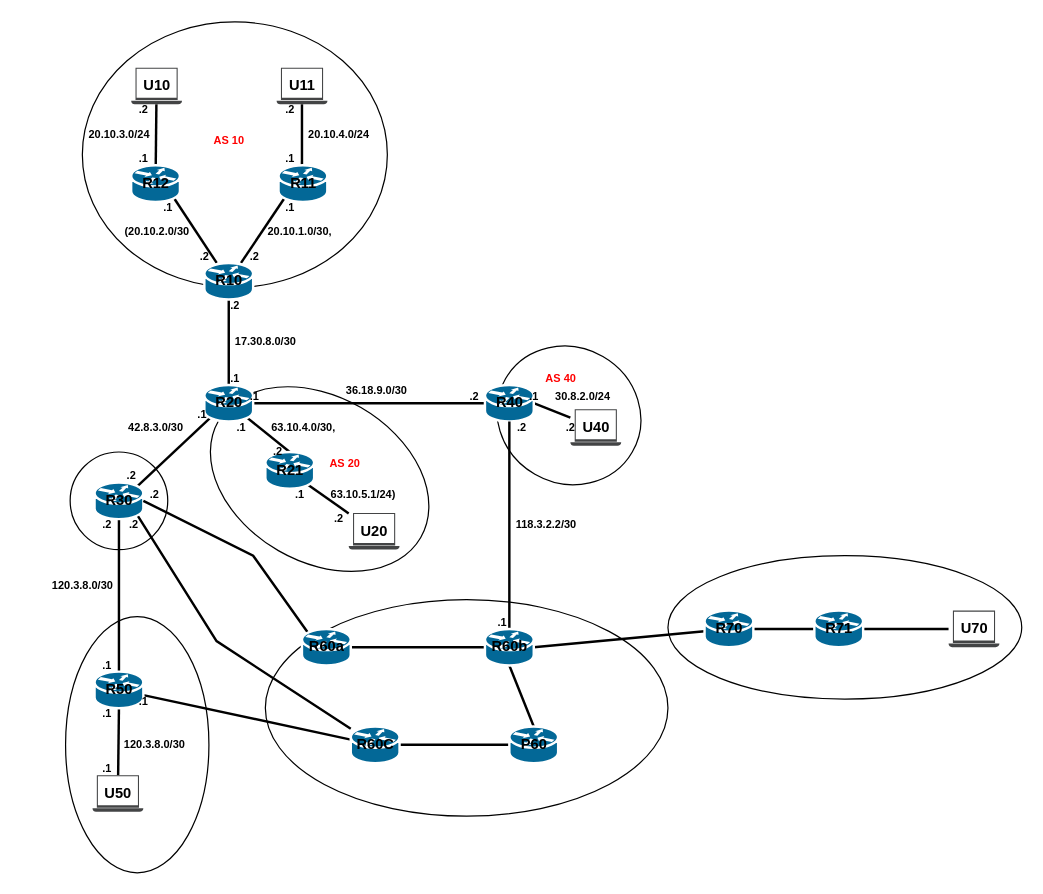
SkYF4Il/SkYF4Il keeps this draw.io diagram as NE_P1.drawio. Above is the earlier version. Source tidied: cells renumbered, new cells numbered last; positions are measured from the earlier drawing's top-left corner, leaving out a move shared by most shapes. Both pictures are drawn from the tidied source at 122%, with x=0, y=0 at pixel (9, 21).
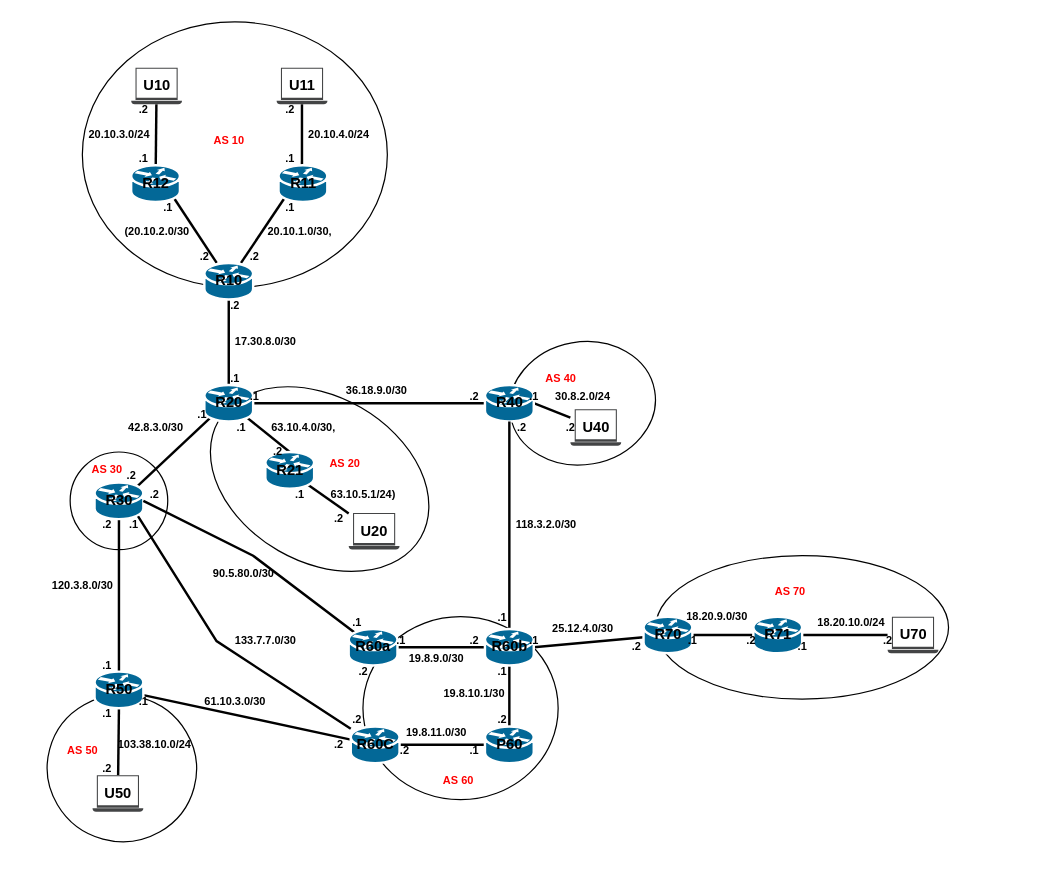
The same diagram, later.

Change to the diagram source:
```diff
@@
-    <mxCell id="2" style="ellipse;whiteSpace=wrap;html=1;labelBackgroundColor=none;fillColor=none;rotation=90;" parent="1" vertex="1">
-      <mxGeometry y="534.2" width="210" height="117.5" as="geometry" />
+    <mxCell id="2" style="ellipse;whiteSpace=wrap;html=1;labelBackgroundColor=none;fillColor=none;rotation=105;" parent="1" vertex="1">
+      <mxGeometry x="32.4" y="551.1" width="120" height="122.5" as="geometry" />
     </mxCell>
     <mxCell id="3" style="ellipse;whiteSpace=wrap;html=1;labelBackgroundColor=none;fillColor=none;rotation=0;" parent="1" vertex="1">
-      <mxGeometry x="210" y="474" width="330" height="177.5" as="geometry" />
+      <mxGeometry x="290" y="488" width="160" height="150" as="geometry" />
     </mxCell>
-    <mxCell id="4" style="ellipse;whiteSpace=wrap;html=1;labelBackgroundColor=none;fillColor=none;rotation=30;" parent="1" vertex="1">
-      <mxGeometry x="398.8" y="267.3" width="120" height="111.4" as="geometry" />
+    <mxCell id="4" style="ellipse;whiteSpace=wrap;html=1;labelBackgroundColor=none;fillColor=none;rotation=-10;" parent="1" vertex="1">
+      <mxGeometry x="410" y="262.7" width="120" height="100.7" as="geometry" />
     </mxCell>
     <mxCell id="5" style="ellipse;whiteSpace=wrap;html=1;labelBackgroundColor=none;fillColor=none;rotation=0;" parent="1" vertex="1">
-      <mxGeometry x="540" y="438" width="290" height="117.5" as="geometry" />
+      <mxGeometry x="530" y="438" width="240" height="117.5" as="geometry" />
     </mxCell>
@@
     <mxCell id="33" value="&lt;b&gt;R60a&lt;/b&gt;" style="shape=mxgraph.cisco.routers.router;sketch=0;html=1;dashed=0;fillColor=#036897;strokeColor=#ffffff;strokeWidth=2;verticalLabelPosition=middle;verticalAlign=middle;align=center;outlineConnect=0;labelPosition=center;labelBackgroundColor=none;" parent="1" vertex="1">
-      <mxGeometry x="240" y="498" width="40" height="30" as="geometry" />
+      <mxGeometry x="278.3" y="498" width="40" height="30" as="geometry" />
     </mxCell>
@@
     <mxCell id="38" value="&lt;b&gt;R70&lt;/b&gt;" style="shape=mxgraph.cisco.routers.router;sketch=0;html=1;dashed=0;fillColor=#036897;strokeColor=#ffffff;strokeWidth=2;verticalLabelPosition=middle;verticalAlign=middle;align=center;outlineConnect=0;labelPosition=center;labelBackgroundColor=none;" parent="1" vertex="1">
-      <mxGeometry x="570" y="483" width="40" height="30" as="geometry" />
+      <mxGeometry x="520" y="488" width="40" height="30" as="geometry" />
     </mxCell>
@@
     <mxCell id="40" value="&lt;b&gt;R71&lt;/b&gt;" style="shape=mxgraph.cisco.routers.router;sketch=0;html=1;dashed=0;fillColor=#036897;strokeColor=#ffffff;strokeWidth=2;verticalLabelPosition=middle;verticalAlign=middle;align=center;outlineConnect=0;labelPosition=center;labelBackgroundColor=none;" parent="1" vertex="1">
-      <mxGeometry x="660" y="483" width="40" height="30" as="geometry" />
+      <mxGeometry x="610" y="488" width="40" height="30" as="geometry" />
     </mxCell>
     <mxCell id="41" value="&lt;b&gt;U70&lt;/b&gt;" style="sketch=0;shadow=0;dashed=0;html=1;strokeColor=none;fillColor=#434445;labelPosition=center;verticalLabelPosition=middle;verticalAlign=middle;align=center;outlineConnect=0;shape=mxgraph.vvd.laptop;" parent="1" vertex="1">
-      <mxGeometry x="770" y="483" width="41.7" height="30" as="geometry" />
+      <mxGeometry x="720" y="488" width="41.7" height="30" as="geometry" />
     </mxCell>
@@
     <mxCell id="50" value="&lt;b&gt;P60&lt;/b&gt;" style="shape=mxgraph.cisco.routers.router;sketch=0;html=1;dashed=0;fillColor=#036897;strokeColor=#ffffff;strokeWidth=2;verticalLabelPosition=middle;verticalAlign=middle;align=center;outlineConnect=0;labelPosition=center;labelBackgroundColor=none;" parent="1" vertex="1">
-      <mxGeometry x="410" y="578" width="40" height="30" as="geometry" />
+      <mxGeometry x="390" y="578" width="40" height="30" as="geometry" />
     </mxCell>
@@
-    <mxCell id="85" value=".2" style="text;strokeColor=none;fillColor=none;html=1;fontSize=9;fontStyle=1;verticalAlign=middle;align=center;" parent="1" vertex="1">
+    <mxCell id="85" value=".1" style="text;strokeColor=none;fillColor=none;html=1;fontSize=9;fontStyle=1;verticalAlign=middle;align=center;" parent="1" vertex="1">
       <mxGeometry x="61.7" y="408" width="80" height="10" as="geometry" />
     </mxCell>
@@
-    <mxCell id="87" value="&lt;font style=&quot;font-size: 9px;&quot;&gt;118.3.2.2/30&lt;/font&gt;" style="text;strokeColor=none;fillColor=none;html=1;fontSize=9;fontStyle=1;verticalAlign=middle;align=center;" parent="1" vertex="1">
+    <mxCell id="87" value="&lt;font style=&quot;font-size: 9px;&quot;&gt;118.3.2.0/30&lt;/font&gt;" style="text;strokeColor=none;fillColor=none;html=1;fontSize=9;fontStyle=1;verticalAlign=middle;align=center;" parent="1" vertex="1">
       <mxGeometry x="400" y="408" width="80" height="10" as="geometry" />
     </mxCell>
@@
     <mxCell id="91" value=".1" style="text;strokeColor=none;fillColor=none;html=1;fontSize=9;fontStyle=1;verticalAlign=middle;align=center;" parent="1" vertex="1">
-      <mxGeometry x="364" y="488" width="80" height="10" as="geometry" />
+      <mxGeometry x="364" y="484" width="80" height="10" as="geometry" />
     </mxCell>
@@
-    <mxCell id="93" value="&lt;font style=&quot;font-size: 9px;&quot;&gt;120.3.8.0/30&lt;/font&gt;" style="text;strokeColor=none;fillColor=none;html=1;fontSize=9;fontStyle=1;verticalAlign=middle;align=center;" parent="1" vertex="1">
+    <mxCell id="93" value="&lt;font style=&quot;font-size: 9px;&quot;&gt;103.38.10.0/24&lt;/font&gt;" style="text;strokeColor=none;fillColor=none;html=1;fontSize=9;fontStyle=1;verticalAlign=middle;align=center;" parent="1" vertex="1">
       <mxGeometry x="78.8" y="588" width="80" height="10" as="geometry" />
     </mxCell>
@@
-    <mxCell id="96" value=".1" style="text;strokeColor=none;fillColor=none;html=1;fontSize=9;fontStyle=1;verticalAlign=middle;align=center;" parent="1" vertex="1">
+    <mxCell id="96" value=".2" style="text;strokeColor=none;fillColor=none;html=1;fontSize=9;fontStyle=1;verticalAlign=middle;align=center;" parent="1" vertex="1">
       <mxGeometry x="40" y="608" width="80" height="10" as="geometry" />
     </mxCell>
+    <mxCell id="97" value="&lt;font style=&quot;font-size: 9px;&quot;&gt;61.10.3.0/30&lt;/font&gt;" style="text;strokeColor=none;fillColor=none;html=1;fontSize=9;fontStyle=1;verticalAlign=middle;align=center;" parent="1" vertex="1">
+      <mxGeometry x="145" y="553" width="80" height="10" as="geometry" />
+    </mxCell>
+    <mxCell id="98" value=".2" style="text;strokeColor=none;fillColor=none;html=1;fontSize=9;fontStyle=1;verticalAlign=middle;align=center;" parent="1" vertex="1">
+      <mxGeometry x="230" y="588" width="80" height="10" as="geometry" />
+    </mxCell>
+    <mxCell id="99" value="AS 50" style="text;strokeColor=none;fillColor=none;html=1;fontSize=9;fontStyle=1;verticalAlign=middle;align=center;fontColor=#FF0000;" parent="1" vertex="1">
+      <mxGeometry x="10" y="578" width="100" height="40" as="geometry" />
+    </mxCell>
+    <mxCell id="100" value="AS 60" style="text;strokeColor=none;fillColor=none;html=1;fontSize=9;fontStyle=1;verticalAlign=middle;align=center;fontColor=#FF0000;" parent="1" vertex="1">
+      <mxGeometry x="318.3" y="603" width="100" height="40" as="geometry" />
+    </mxCell>
+    <mxCell id="101" value=".2" style="text;strokeColor=none;fillColor=none;html=1;fontSize=9;fontStyle=1;verticalAlign=middle;align=center;" parent="1" vertex="1">
+      <mxGeometry x="245" y="568" width="80" height="10" as="geometry" />
+    </mxCell>
+    <mxCell id="102" value=".2" style="text;strokeColor=none;fillColor=none;html=1;fontSize=9;fontStyle=1;verticalAlign=middle;align=center;" parent="1" vertex="1">
+      <mxGeometry x="250" y="528" width="80" height="10" as="geometry" />
+    </mxCell>
+    <mxCell id="103" value=".1" style="text;strokeColor=none;fillColor=none;html=1;fontSize=9;fontStyle=1;verticalAlign=middle;align=center;" parent="1" vertex="1">
+      <mxGeometry x="340.8" y="593" width="80" height="10" as="geometry" />
+    </mxCell>
+    <mxCell id="104" value=".2" style="text;strokeColor=none;fillColor=none;html=1;fontSize=9;fontStyle=1;verticalAlign=middle;align=center;" parent="1" vertex="1">
+      <mxGeometry x="284" y="593" width="80" height="10" as="geometry" />
+    </mxCell>
+    <mxCell id="105" value=".1" style="text;strokeColor=none;fillColor=none;html=1;fontSize=9;fontStyle=1;verticalAlign=middle;align=center;" parent="1" vertex="1">
+      <mxGeometry x="280.8" y="503" width="80" height="10" as="geometry" />
+    </mxCell>
+    <mxCell id="106" value=".2" style="text;strokeColor=none;fillColor=none;html=1;fontSize=9;fontStyle=1;verticalAlign=middle;align=center;" parent="1" vertex="1">
+      <mxGeometry x="340.8" y="503" width="80" height="10" as="geometry" />
+    </mxCell>
+    <mxCell id="107" value=".1" style="text;strokeColor=none;fillColor=none;html=1;fontSize=9;fontStyle=1;verticalAlign=middle;align=center;" parent="1" vertex="1">
+      <mxGeometry x="364" y="528" width="80" height="10" as="geometry" />
+    </mxCell>
+    <mxCell id="108" value=".2" style="text;strokeColor=none;fillColor=none;html=1;fontSize=9;fontStyle=1;verticalAlign=middle;align=center;" parent="1" vertex="1">
+      <mxGeometry x="364" y="568" width="80" height="10" as="geometry" />
+    </mxCell>
+    <mxCell id="109" value=".1" style="text;strokeColor=none;fillColor=none;html=1;fontSize=9;fontStyle=1;verticalAlign=middle;align=center;" parent="1" vertex="1">
+      <mxGeometry x="390" y="503" width="80" height="10" as="geometry" />
+    </mxCell>
+    <mxCell id="110" value="&lt;font style=&quot;font-size: 9px;&quot;&gt;133.7.7.0/30&lt;/font&gt;" style="text;strokeColor=none;fillColor=none;html=1;fontSize=9;fontStyle=1;verticalAlign=middle;align=center;" parent="1" vertex="1">
+      <mxGeometry x="170" y="503" width="80" height="10" as="geometry" />
+    </mxCell>
+    <mxCell id="111" value="&lt;font style=&quot;font-size: 9px;&quot;&gt;19.8.11.0/30&lt;/font&gt;" style="text;strokeColor=none;fillColor=none;html=1;fontSize=9;fontStyle=1;verticalAlign=middle;align=center;" parent="1" vertex="1">
+      <mxGeometry x="310" y="578" width="80" height="10" as="geometry" />
+    </mxCell>
+    <mxCell id="112" value="&lt;font style=&quot;font-size: 9px;&quot;&gt;19.8.9.0/30&lt;/font&gt;" style="text;strokeColor=none;fillColor=none;html=1;fontSize=9;fontStyle=1;verticalAlign=middle;align=center;" parent="1" vertex="1">
+      <mxGeometry x="310" y="518" width="80" height="10" as="geometry" />
+    </mxCell>
+    <mxCell id="113" value="&lt;font style=&quot;font-size: 9px;&quot;&gt;19.8.10.1/30&lt;/font&gt;" style="text;strokeColor=none;fillColor=none;html=1;fontSize=9;fontStyle=1;verticalAlign=middle;align=center;" parent="1" vertex="1">
+      <mxGeometry x="340.8" y="545.5" width="80" height="10" as="geometry" />
+    </mxCell>
+    <mxCell id="114" value="&lt;font style=&quot;font-size: 9px;&quot;&gt;90.5.80.0/30&lt;/font&gt;" style="text;strokeColor=none;fillColor=none;html=1;fontSize=9;fontStyle=1;verticalAlign=middle;align=center;" parent="1" vertex="1">
+      <mxGeometry x="152.4" y="448" width="80" height="10" as="geometry" />
+    </mxCell>
+    <mxCell id="115" value=".1" style="text;strokeColor=none;fillColor=none;html=1;fontSize=9;fontStyle=1;verticalAlign=middle;align=center;" parent="1" vertex="1">
+      <mxGeometry x="245" y="488" width="80" height="10" as="geometry" />
+    </mxCell>
+    <mxCell id="116" value="&lt;font style=&quot;font-size: 9px;&quot;&gt;25.12.4.0/30&lt;/font&gt;" style="text;strokeColor=none;fillColor=none;html=1;fontSize=9;fontStyle=1;verticalAlign=middle;align=center;" parent="1" vertex="1">
+      <mxGeometry x="430" y="493" width="80" height="10" as="geometry" />
+    </mxCell>
+    <mxCell id="117" value="AS 30" style="text;strokeColor=none;fillColor=none;html=1;fontSize=9;fontStyle=1;verticalAlign=middle;align=center;fontColor=#FF0000;" parent="1" vertex="1">
+      <mxGeometry x="30" y="348" width="100" height="40" as="geometry" />
+    </mxCell>
+    <mxCell id="118" value=".2" style="text;strokeColor=none;fillColor=none;html=1;fontSize=9;fontStyle=1;verticalAlign=middle;align=center;" parent="1" vertex="1">
+      <mxGeometry x="474" y="508" width="80" height="10" as="geometry" />
+    </mxCell>
+    <mxCell id="119" value=".1" style="text;strokeColor=none;fillColor=none;html=1;fontSize=9;fontStyle=1;verticalAlign=middle;align=center;" parent="1" vertex="1">
+      <mxGeometry x="520" y="503" width="80" height="10" as="geometry" />
+    </mxCell>
+    <mxCell id="120" value=".2" style="text;strokeColor=none;fillColor=none;html=1;fontSize=9;fontStyle=1;verticalAlign=middle;align=center;" parent="1" vertex="1">
+      <mxGeometry x="568" y="503" width="80" height="10" as="geometry" />
+    </mxCell>
+    <mxCell id="121" value=".1" style="text;strokeColor=none;fillColor=none;html=1;fontSize=9;fontStyle=1;verticalAlign=middle;align=center;" parent="1" vertex="1">
+      <mxGeometry x="610" y="508" width="80" height="10" as="geometry" />
+    </mxCell>
+    <mxCell id="122" value=".2" style="text;strokeColor=none;fillColor=none;html=1;fontSize=9;fontStyle=1;verticalAlign=middle;align=center;" parent="1" vertex="1">
+      <mxGeometry x="680" y="503" width="80" height="10" as="geometry" />
+    </mxCell>
+    <mxCell id="123" value="&lt;font style=&quot;font-size: 9px;&quot;&gt;18.20.9.0/30&lt;/font&gt;" style="text;strokeColor=none;fillColor=none;html=1;fontSize=9;fontStyle=1;verticalAlign=middle;align=center;" parent="1" vertex="1">
+      <mxGeometry x="540" y="483" width="80" height="10" as="geometry" />
+    </mxCell>
+    <mxCell id="124" value="&lt;font style=&quot;font-size: 9px;&quot;&gt;18.20.10.0/24&lt;/font&gt;" style="text;strokeColor=none;fillColor=none;html=1;fontSize=9;fontStyle=1;verticalAlign=middle;align=center;" parent="1" vertex="1">
+      <mxGeometry x="650" y="488" width="80" height="10" as="geometry" />
+    </mxCell>
+    <mxCell id="125" value="AS 70" style="text;strokeColor=none;fillColor=none;html=1;fontSize=9;fontStyle=1;verticalAlign=middle;align=center;fontColor=#FF0000;" parent="1" vertex="1">
+      <mxGeometry x="590" y="448" width="100" height="40" as="geometry" />
+    </mxCell>
```
